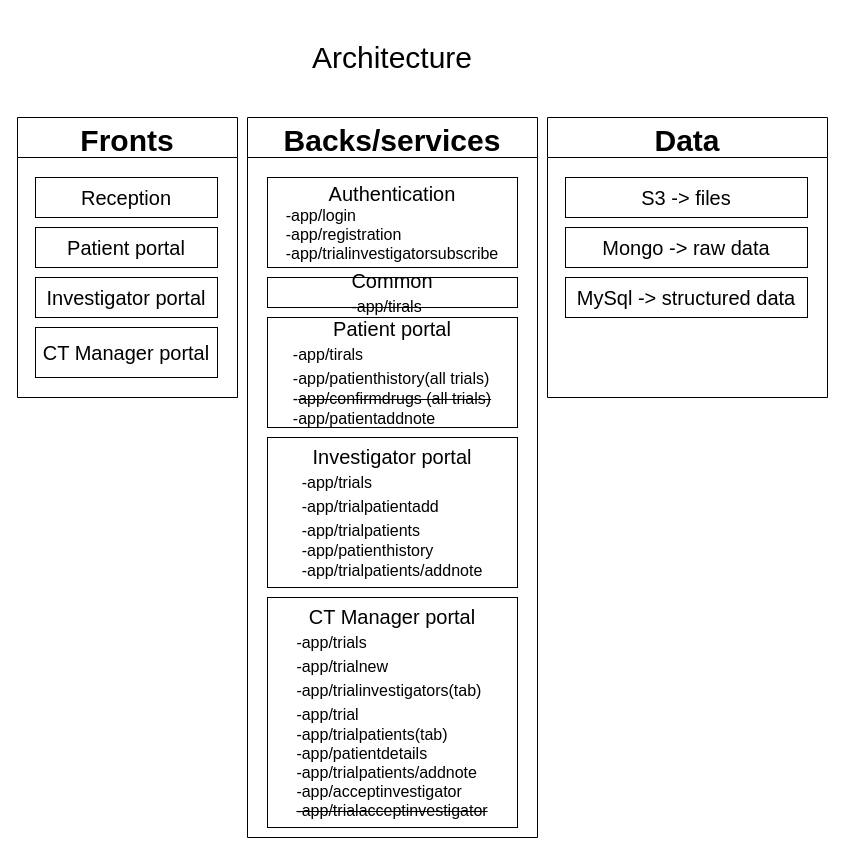
Above: page "Architecture" (2 of 3) of Accelerator.drawio in cricrich2010/Accelerator (draw.io), before the change. Source tidied: cells renumbered, new cells numbered last; positions are measured from the earlier drawing's top-left corner, leaving out a move shared by most shapes. Both pictures are drawn from the tidied source at 100%, with x=0, y=0 at pixel (17, 17).
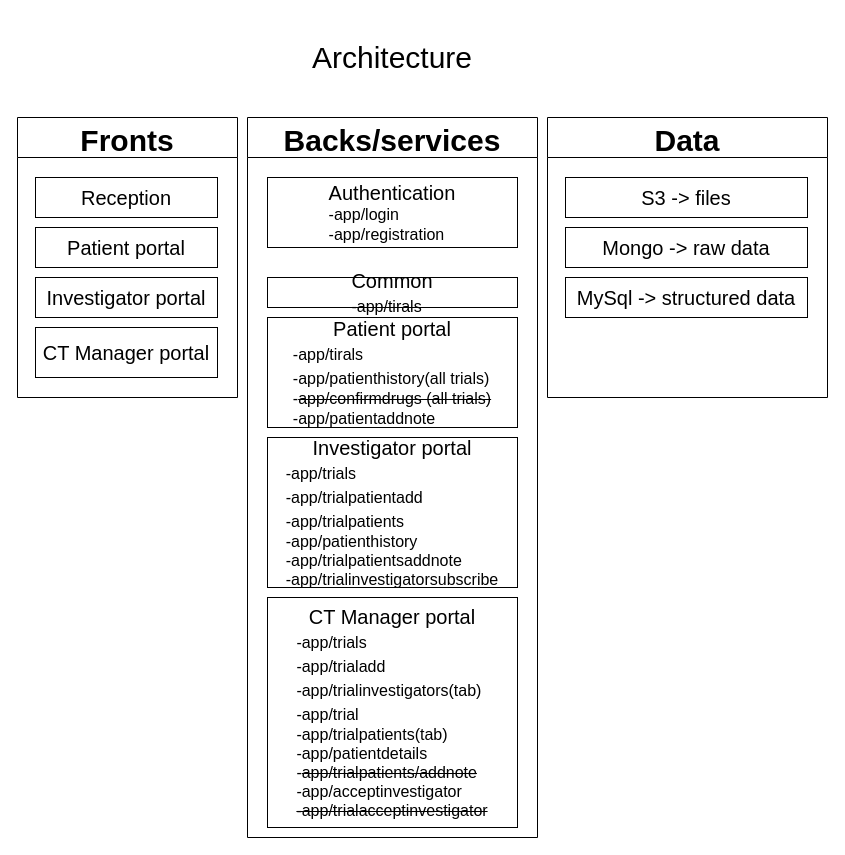
The same diagram, later.

What changed in the source:
```diff
@@
 <mxGraphModel>
   <root>
     <mxCell id="0" />
     <mxCell id="1" parent="0" />
     <mxCell id="2" value="Architecture" style="text;html=1;strokeColor=none;fillColor=none;align=center;verticalAlign=middle;whiteSpace=wrap;rounded=0;fontSize=30;" parent="1" vertex="1">
       <mxGeometry x="270" width="210" height="80" as="geometry" />
     </mxCell>
     <mxCell id="3" value="Fronts" style="swimlane;fontSize=30;startSize=40;" parent="1" vertex="1">
       <mxGeometry y="100" width="220" height="280" as="geometry" />
     </mxCell>
     <mxCell id="4" value="Reception" style="whiteSpace=wrap;html=1;fontSize=20;" parent="3" vertex="1">
       <mxGeometry x="18" y="60" width="182" height="40" as="geometry" />
     </mxCell>
     <mxCell id="5" value="Investigator portal" style="whiteSpace=wrap;html=1;fontSize=20;" parent="3" vertex="1">
       <mxGeometry x="18" y="160" width="182" height="40" as="geometry" />
     </mxCell>
     <mxCell id="6" value="Patient portal" style="whiteSpace=wrap;html=1;fontSize=20;" parent="3" vertex="1">
       <mxGeometry x="18" y="110" width="182" height="40" as="geometry" />
     </mxCell>
     <mxCell id="7" value="CT Manager portal" style="whiteSpace=wrap;html=1;fontSize=20;" parent="3" vertex="1">
       <mxGeometry x="18" y="210" width="182" height="50" as="geometry" />
     </mxCell>
     <mxCell id="8" value="Backs/services" style="swimlane;fontSize=30;startSize=40;" parent="1" vertex="1">
       <mxGeometry x="230" y="100" width="290" height="720" as="geometry" />
     </mxCell>
-    <mxCell id="9" value="Authentication&lt;br&gt;&lt;div style=&quot;text-align: left; font-size: 16px;&quot;&gt;&lt;span style=&quot;background-color: initial;&quot;&gt;&lt;font style=&quot;font-size: 16px;&quot;&gt;-app/login&lt;/font&gt;&lt;/span&gt;&lt;/div&gt;&lt;div style=&quot;text-align: left; font-size: 16px;&quot;&gt;&lt;span style=&quot;background-color: initial;&quot;&gt;&lt;font style=&quot;font-size: 16px;&quot;&gt;-app/registration&lt;/font&gt;&lt;/span&gt;&lt;/div&gt;&lt;div style=&quot;text-align: left; font-size: 16px;&quot;&gt;-app/trialinvestigatorsubscribe&lt;span style=&quot;background-color: initial;&quot;&gt;&lt;font style=&quot;font-size: 16px;&quot;&gt;&lt;br&gt;&lt;/font&gt;&lt;/span&gt;&lt;/div&gt;" style="whiteSpace=wrap;html=1;fontSize=20;" parent="8" vertex="1">
-      <mxGeometry x="20" y="60" width="250" height="90" as="geometry" />
+    <mxCell id="9" value="Authentication&lt;br&gt;&lt;div style=&quot;text-align: left; font-size: 16px;&quot;&gt;&lt;span style=&quot;background-color: initial;&quot;&gt;&lt;font style=&quot;font-size: 16px;&quot;&gt;-app/login&lt;/font&gt;&lt;/span&gt;&lt;/div&gt;&lt;div style=&quot;text-align: left; font-size: 16px;&quot;&gt;&lt;span style=&quot;background-color: initial;&quot;&gt;&lt;font style=&quot;font-size: 16px;&quot;&gt;-app/registration&lt;/font&gt;&lt;/span&gt;&lt;/div&gt;" style="whiteSpace=wrap;html=1;fontSize=20;" parent="8" vertex="1">
+      <mxGeometry x="20" y="60" width="250" height="70" as="geometry" />
     </mxCell>
-    <mxCell id="10" value="Investigator portal&lt;br&gt;&lt;div style=&quot;text-align: left;&quot;&gt;&lt;span style=&quot;font-size: 16px; background-color: initial;&quot;&gt;-app/trials&lt;/span&gt;&lt;/div&gt;&lt;div style=&quot;text-align: left;&quot;&gt;&lt;span style=&quot;font-size: 16px; background-color: initial;&quot;&gt;-app/trialpatientadd&lt;/span&gt;&lt;/div&gt;&lt;div style=&quot;text-align: left;&quot;&gt;&lt;span style=&quot;background-color: initial; font-size: 16px;&quot;&gt;-app/trialpatients&lt;/span&gt;&lt;br&gt;&lt;/div&gt;&lt;font style=&quot;font-size: 16px;&quot;&gt;&lt;div style=&quot;text-align: left;&quot;&gt;&lt;span style=&quot;background-color: initial;&quot;&gt;-app/patienthistory&lt;/span&gt;&lt;/div&gt;&lt;div style=&quot;text-align: left;&quot;&gt;&lt;span style=&quot;background-color: initial;&quot;&gt;-app/trialpatients/addnote&lt;/span&gt;&lt;/div&gt;&lt;/font&gt;" style="whiteSpace=wrap;html=1;fontSize=20;" parent="8" vertex="1">
+    <mxCell id="10" value="Investigator portal&lt;br&gt;&lt;div style=&quot;text-align: left;&quot;&gt;&lt;span style=&quot;font-size: 16px; background-color: initial;&quot;&gt;-app/trials&lt;/span&gt;&lt;/div&gt;&lt;div style=&quot;text-align: left;&quot;&gt;&lt;span style=&quot;font-size: 16px; background-color: initial;&quot;&gt;-app/trialpatientadd&lt;/span&gt;&lt;/div&gt;&lt;div style=&quot;text-align: left;&quot;&gt;&lt;span style=&quot;background-color: initial; font-size: 16px;&quot;&gt;-app/trialpatients&lt;/span&gt;&lt;br&gt;&lt;/div&gt;&lt;font style=&quot;font-size: 16px;&quot;&gt;&lt;div style=&quot;text-align: left;&quot;&gt;&lt;span style=&quot;background-color: initial;&quot;&gt;-app/patienthistory&lt;/span&gt;&lt;/div&gt;&lt;div style=&quot;text-align: left;&quot;&gt;&lt;span style=&quot;background-color: initial;&quot;&gt;-app/trialpatientsaddnote&lt;/span&gt;&lt;/div&gt;&lt;div style=&quot;text-align: left;&quot;&gt;-app/trialinvestigatorsubscribe&lt;span style=&quot;background-color: initial;&quot;&gt;&lt;br&gt;&lt;/span&gt;&lt;/div&gt;&lt;/font&gt;" style="whiteSpace=wrap;html=1;fontSize=20;" parent="8" vertex="1">
       <mxGeometry x="20" y="320" width="250" height="150" as="geometry" />
     </mxCell>
-    <mxCell id="11" value="CT Manager portal&lt;br&gt;&lt;div style=&quot;text-align: left;&quot;&gt;&lt;span style=&quot;font-size: 16px; background-color: initial;&quot;&gt;-app/trials&lt;/span&gt;&lt;/div&gt;&lt;div style=&quot;text-align: left;&quot;&gt;&lt;span style=&quot;font-size: 16px; background-color: initial;&quot;&gt;-app/trialnew&lt;/span&gt;&lt;/div&gt;&lt;div style=&quot;text-align: left;&quot;&gt;&lt;span style=&quot;font-size: 16px; background-color: initial;&quot;&gt;-app/trialinvestigators(tab)&lt;/span&gt;&lt;/div&gt;&lt;div style=&quot;text-align: left;&quot;&gt;&lt;span style=&quot;font-size: 16px; background-color: initial;&quot;&gt;-app/trial&lt;/span&gt;&lt;/div&gt;&lt;font style=&quot;font-size: 16px;&quot;&gt;&lt;div style=&quot;text-align: left;&quot;&gt;&lt;span style=&quot;background-color: initial;&quot;&gt;-app/trialpatients(tab)&lt;/span&gt;&lt;/div&gt;&lt;div style=&quot;text-align: left;&quot;&gt;&lt;span style=&quot;background-color: initial;&quot;&gt;-app/patientdetails&lt;/span&gt;&lt;/div&gt;&lt;div style=&quot;text-align: left;&quot;&gt;&lt;span style=&quot;background-color: initial;&quot;&gt;-app/trialpatients/addnote&lt;/span&gt;&lt;/div&gt;&lt;div style=&quot;text-align: left;&quot;&gt;&lt;span style=&quot;background-color: initial;&quot;&gt;-app/acceptinvestigator&lt;/span&gt;&lt;/div&gt;&lt;div style=&quot;text-align: left;&quot;&gt;&lt;span style=&quot;background-color: initial;&quot;&gt;&lt;strike&gt;-app/trialacceptinvestigator&lt;/strike&gt;&lt;/span&gt;&lt;/div&gt;&lt;/font&gt;" style="whiteSpace=wrap;html=1;fontSize=20;" parent="8" vertex="1">
+    <mxCell id="11" value="CT Manager portal&lt;br&gt;&lt;div style=&quot;text-align: left;&quot;&gt;&lt;span style=&quot;font-size: 16px; background-color: initial;&quot;&gt;-app/trials&lt;/span&gt;&lt;/div&gt;&lt;div style=&quot;text-align: left;&quot;&gt;&lt;span style=&quot;font-size: 16px; background-color: initial;&quot;&gt;-app/trialadd&lt;/span&gt;&lt;/div&gt;&lt;div style=&quot;text-align: left;&quot;&gt;&lt;span style=&quot;font-size: 16px; background-color: initial;&quot;&gt;-app/trialinvestigators(tab)&lt;/span&gt;&lt;/div&gt;&lt;div style=&quot;text-align: left;&quot;&gt;&lt;span style=&quot;font-size: 16px; background-color: initial;&quot;&gt;-app/trial&lt;/span&gt;&lt;/div&gt;&lt;font style=&quot;font-size: 16px;&quot;&gt;&lt;div style=&quot;text-align: left;&quot;&gt;&lt;span style=&quot;background-color: initial;&quot;&gt;-app/trialpatients(tab)&lt;/span&gt;&lt;/div&gt;&lt;div style=&quot;text-align: left;&quot;&gt;&lt;span style=&quot;background-color: initial;&quot;&gt;-app/patientdetails&lt;/span&gt;&lt;/div&gt;&lt;div style=&quot;text-align: left;&quot;&gt;&lt;span style=&quot;background-color: initial;&quot;&gt;-&lt;strike&gt;app/trialpatients/addnote&lt;/strike&gt;&lt;/span&gt;&lt;/div&gt;&lt;div style=&quot;text-align: left;&quot;&gt;&lt;span style=&quot;background-color: initial;&quot;&gt;-app/acceptinvestigator&lt;/span&gt;&lt;/div&gt;&lt;div style=&quot;text-align: left;&quot;&gt;&lt;span style=&quot;background-color: initial;&quot;&gt;&lt;strike&gt;-app/trialacceptinvestigator&lt;/strike&gt;&lt;/span&gt;&lt;/div&gt;&lt;/font&gt;" style="whiteSpace=wrap;html=1;fontSize=20;" parent="8" vertex="1">
       <mxGeometry x="20" y="480" width="250" height="230" as="geometry" />
     </mxCell>
     <mxCell id="12" value="&lt;font style=&quot;&quot;&gt;Common&lt;br&gt;&lt;div style=&quot;text-align: left;&quot;&gt;&lt;span style=&quot;font-size: 16px; background-color: initial;&quot;&gt;-app/tirals&lt;/span&gt;&lt;/div&gt;&lt;/font&gt;" style="rounded=0;whiteSpace=wrap;html=1;fontSize=20;" parent="8" vertex="1">
       <mxGeometry x="20" y="160" width="250" height="30" as="geometry" />
     </mxCell>
     <mxCell id="13" value="Patient portal&lt;br&gt;&lt;div style=&quot;text-align: left;&quot;&gt;&lt;span style=&quot;font-size: 16px;&quot;&gt;-app/tirals&lt;/span&gt;&lt;span style=&quot;background-color: initial; font-size: 16px;&quot;&gt;&lt;br&gt;&lt;/span&gt;&lt;/div&gt;&lt;div style=&quot;text-align: left;&quot;&gt;&lt;span style=&quot;font-size: 16px;&quot;&gt;-app/patienthistory(all trials)&lt;/span&gt;&lt;span style=&quot;font-size: 16px;&quot;&gt;&lt;br&gt;&lt;/span&gt;&lt;/div&gt;&lt;span style=&quot;font-size: 16px; background-color: initial;&quot;&gt;&lt;div style=&quot;text-align: left;&quot;&gt;&lt;span style=&quot;background-color: initial;&quot;&gt;-&lt;strike&gt;app/confirmdrugs (all trials)&lt;/strike&gt;&lt;/span&gt;&lt;/div&gt;&lt;/span&gt;&lt;blockquote style=&quot;margin: 0 0 0 40px; border: none; padding: 0px;&quot;&gt;&lt;/blockquote&gt;&lt;span style=&quot;background-color: initial; font-size: 16px;&quot;&gt;&lt;div style=&quot;text-align: left;&quot;&gt;&lt;span style=&quot;background-color: initial;&quot;&gt;-app/patientaddnote&lt;/span&gt;&lt;/div&gt;&lt;/span&gt;" style="whiteSpace=wrap;html=1;fontSize=20;align=center;" parent="8" vertex="1">
       <mxGeometry x="20" y="200" width="250" height="110" as="geometry" />
     </mxCell>
     <mxCell id="14" value="Data" style="swimlane;fontSize=30;startSize=40;" parent="1" vertex="1">
       <mxGeometry x="530" y="100" width="280" height="280" as="geometry" />
     </mxCell>
     <mxCell id="15" value="S3 -&amp;gt; files" style="whiteSpace=wrap;html=1;fontSize=20;" parent="14" vertex="1">
       <mxGeometry x="18" y="60" width="242" height="40" as="geometry" />
     </mxCell>
     <mxCell id="16" value="MySql -&amp;gt; structured data" style="whiteSpace=wrap;html=1;fontSize=20;" parent="14" vertex="1">
       <mxGeometry x="18" y="160" width="242" height="40" as="geometry" />
     </mxCell>
     <mxCell id="17" value="Mongo -&amp;gt; raw data" style="whiteSpace=wrap;html=1;fontSize=20;" parent="14" vertex="1">
       <mxGeometry x="18" y="110" width="242" height="40" as="geometry" />
     </mxCell>
   </root>
 </mxGraphModel>
```
